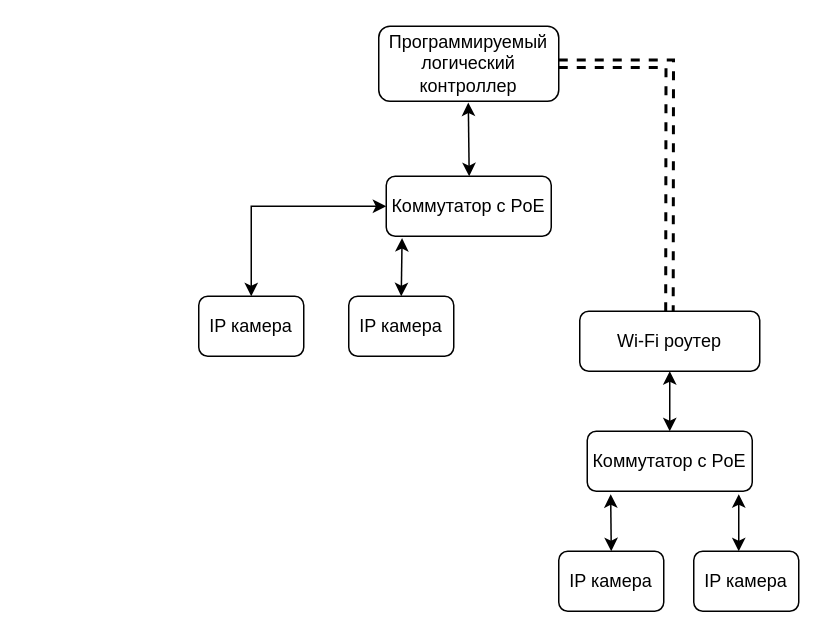
Above: СЭС.drawio in novoselov-ie/diplom (draw.io), before the change. Source tidied: cells renumbered, new cells numbered last; positions are measured from the earlier drawing's top-left corner, leaving out a move shared by most shapes. Both pictures are drawn from the tidied source at 150%, with x=0, y=0 at pixel (198, 26).
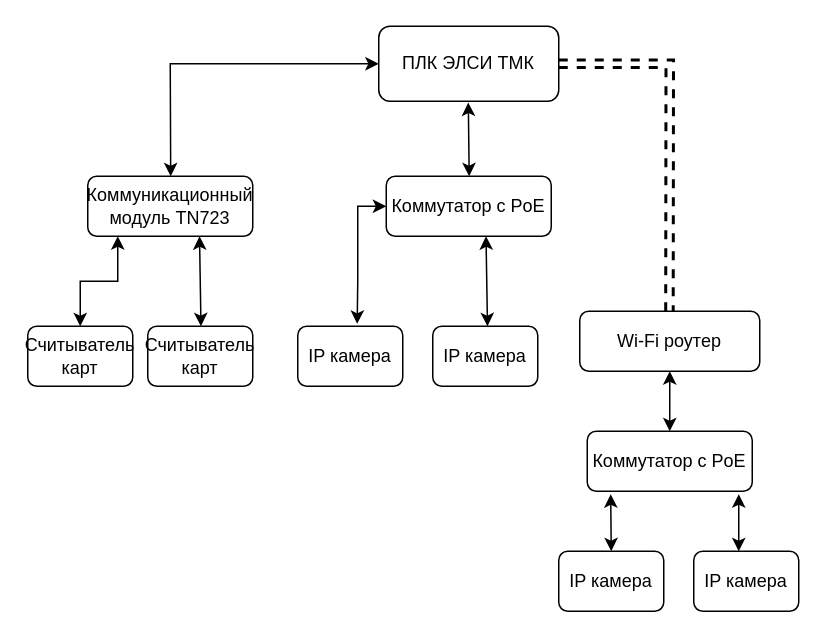
The same diagram, later.

Unchanged cells that the change refers to:
```xml
<mxCell id="5" value="Коммутатор с PoE" style="rounded=1;whiteSpace=wrap;html=1;fontSize=12;glass=0;strokeWidth=1;shadow=0;" parent="1" vertex="1">
  <mxGeometry x="125" y="100" width="110" height="40" as="geometry" />
</mxCell>
```

Diff of the diagram source:
```diff
@@
-    <mxCell id="2" value="Программируемый логический контроллер" style="rounded=1;whiteSpace=wrap;html=1;fontSize=12;glass=0;strokeWidth=1;shadow=0;" parent="1" vertex="1">
+    <mxCell id="2" value="ПЛК ЭЛСИ ТМК" style="rounded=1;whiteSpace=wrap;html=1;fontSize=12;glass=0;strokeWidth=1;shadow=0;" parent="1" vertex="1">
       <mxGeometry x="120" width="120" height="50" as="geometry" />
     </mxCell>
     <mxCell id="3" value="IP камера" style="rounded=1;whiteSpace=wrap;html=1;fontSize=12;glass=0;strokeWidth=1;shadow=0;" parent="1" vertex="1">
-      <mxGeometry y="180" width="70" height="40" as="geometry" />
+      <mxGeometry x="66" y="200" width="70" height="40" as="geometry" />
     </mxCell>
@@
     <mxCell id="7" value="IP камера" style="rounded=1;whiteSpace=wrap;html=1;fontSize=12;glass=0;strokeWidth=1;shadow=0;" parent="1" vertex="1">
-      <mxGeometry x="100" y="180" width="70" height="40" as="geometry" />
+      <mxGeometry x="156" y="200" width="70" height="40" as="geometry" />
     </mxCell>
-    <mxCell id="8" style="endArrow=classic;startArrow=classic;html=1;rounded=0;exitX=0.5;exitY=0;exitDx=0;exitDy=0;entryX=0;entryY=0.5;entryDx=0;entryDy=0;" parent="1" edge="1" source="3" target="5">
+    <mxCell id="8" style="endArrow=classic;startArrow=classic;html=1;rounded=0;exitX=0.566;exitY=-0.04;exitDx=0;exitDy=0;entryX=0;entryY=0.5;entryDx=0;entryDy=0;exitPerimeter=0;" parent="1" edge="1" source="3" target="5">
       <mxGeometry relative="1" as="geometry">
         <Array as="points">
-          <mxPoint x="35" y="120" />
+          <mxPoint x="106" y="170" />
+          <mxPoint x="106" y="120" />
         </Array>
       </mxGeometry>
     </mxCell>
-    <mxCell id="9" style="endArrow=classic;startArrow=classic;html=1;rounded=0;exitX=0.5;exitY=0;exitDx=0;exitDy=0;entryX=0.096;entryY=1.031;entryDx=0;entryDy=0;entryPerimeter=0;" parent="1" edge="1" source="7" target="5">
-      <mxGeometry relative="1" as="geometry" />
+    <mxCell id="9" style="endArrow=classic;startArrow=classic;html=1;rounded=0;exitX=0.75;exitY=0;exitDx=0;exitDy=0;entryX=0.75;entryY=1;entryDx=0;entryDy=0;" parent="1" edge="1">
+      <mxGeometry relative="1" as="geometry">
+        <mxPoint x="192.5" y="200" as="sourcePoint" />
+        <mxPoint x="191.5" y="140" as="targetPoint" />
+      </mxGeometry>
     </mxCell>
@@
+    <mxCell id="17" value="Коммуникационный модуль TN723" style="rounded=1;whiteSpace=wrap;html=1;fontSize=12;glass=0;strokeWidth=1;shadow=0;" parent="1" vertex="1">
+      <mxGeometry x="-74" y="100" width="110" height="40" as="geometry" />
+    </mxCell>
+    <mxCell id="18" style="endArrow=classic;startArrow=classic;html=1;rounded=0;entryX=0;entryY=0.5;entryDx=0;entryDy=0;exitX=0.318;exitY=-0.006;exitDx=0;exitDy=0;exitPerimeter=0;" parent="1" edge="1" target="2">
+      <mxGeometry relative="1" as="geometry">
+        <mxPoint x="-18.7" y="100" as="sourcePoint" />
+        <Array as="points">
+          <mxPoint x="-19" y="25" />
+        </Array>
+      </mxGeometry>
+    </mxCell>
+    <mxCell id="19" value="Считыватель карт" style="rounded=1;whiteSpace=wrap;html=1;fontSize=12;glass=0;strokeWidth=1;shadow=0;" parent="1" vertex="1">
+      <mxGeometry x="-34" y="200" width="70" height="40" as="geometry" />
+    </mxCell>
+    <mxCell id="20" style="endArrow=classic;startArrow=classic;html=1;rounded=0;exitX=0.75;exitY=0;exitDx=0;exitDy=0;entryX=0.75;entryY=1;entryDx=0;entryDy=0;" parent="1" edge="1">
+      <mxGeometry relative="1" as="geometry">
+        <mxPoint x="1.5" y="200" as="sourcePoint" />
+        <mxPoint x="0.5" y="140" as="targetPoint" />
+      </mxGeometry>
+    </mxCell>
+    <mxCell id="21" value="Считыватель карт" style="rounded=1;whiteSpace=wrap;html=1;fontSize=12;glass=0;strokeWidth=1;shadow=0;" parent="1" vertex="1">
+      <mxGeometry x="-114" y="200" width="70" height="40" as="geometry" />
+    </mxCell>
+    <mxCell id="22" style="endArrow=classic;startArrow=classic;html=1;rounded=0;exitX=0.5;exitY=0;exitDx=0;exitDy=0;entryX=0.75;entryY=1;entryDx=0;entryDy=0;" parent="1" edge="1" source="21">
+      <mxGeometry relative="1" as="geometry">
+        <mxPoint x="-54" y="140" as="targetPoint" />
+        <Array as="points">
+          <mxPoint x="-79" y="170" />
+          <mxPoint x="-54" y="170" />
+        </Array>
+      </mxGeometry>
+    </mxCell>
```
